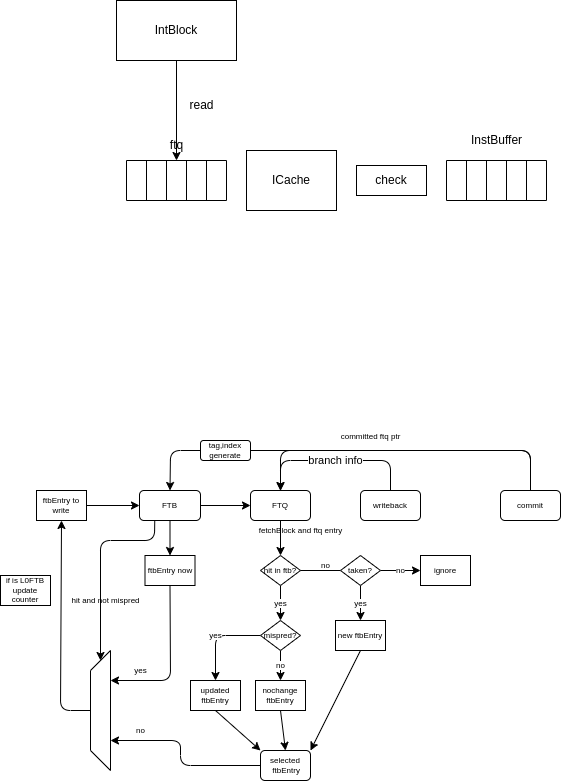
The draw.io diagram doc/aura-frontend.drawio.png in tastynoob/aura-core, before a commit. Source tidied: cells renumbered, new cells last; positions are measured from the earlier drawing's top-left corner, leaving out a move shared by most shapes. Its diagram source:
```xml
<mxGraphModel>
  <root>
    <mxCell id="0" />
    <mxCell id="1" parent="0" />
    <mxCell id="2" style="shape=table;html=1;whiteSpace=wrap;startSize=0;" parent="1" vertex="1">
      <mxGeometry x="126" y="160" width="100" height="40" as="geometry" />
    </mxCell>
    <mxCell id="3" style="shape=tableRow;horizontal=0;startSize=0;swimlaneHead=0;swimlaneBody=0;top=0;left=0;bottom=0;right=0;fillColor=none;points=[[0,0.5],[1,0.5]];portConstraint=eastwest;" parent="2" vertex="1">
      <mxGeometry width="100" height="40" as="geometry" />
    </mxCell>
    <mxCell id="4" style="shape=partialRectangle;html=1;whiteSpace=wrap;fillColor=none;top=0;left=0;bottom=0;right=0;overflow=hidden;" parent="3" vertex="1">
      <mxGeometry width="20" height="40" as="geometry" />
    </mxCell>
    <mxCell id="5" style="shape=partialRectangle;html=1;whiteSpace=wrap;fillColor=none;top=0;left=0;bottom=0;right=0;overflow=hidden;" parent="3" vertex="1">
      <mxGeometry x="20" width="20" height="40" as="geometry" />
    </mxCell>
    <mxCell id="6" style="shape=partialRectangle;html=1;whiteSpace=wrap;fillColor=none;top=0;left=0;bottom=0;right=0;overflow=hidden;" parent="3" vertex="1">
      <mxGeometry x="40" width="20" height="40" as="geometry" />
    </mxCell>
    <mxCell id="7" style="shape=partialRectangle;html=1;whiteSpace=wrap;fillColor=none;top=0;left=0;bottom=0;right=0;overflow=hidden;" parent="3" vertex="1">
      <mxGeometry x="60" width="20" height="40" as="geometry" />
    </mxCell>
    <mxCell id="8" style="shape=partialRectangle;html=1;whiteSpace=wrap;fillColor=none;top=0;left=0;bottom=0;right=0;overflow=hidden;" parent="3" vertex="1">
      <mxGeometry x="80" width="20" height="40" as="geometry" />
    </mxCell>
    <mxCell id="9" value="ftq" style="text;html=1;align=center;verticalAlign=middle;strokeColor=none;fillColor=none;" parent="1" vertex="1">
      <mxGeometry x="156" y="130" width="40" height="30" as="geometry" />
    </mxCell>
    <mxCell id="10" value="ICache" style="rounded=0;whiteSpace=wrap;html=1;" parent="1" vertex="1">
      <mxGeometry x="246" y="150" width="90" height="60" as="geometry" />
    </mxCell>
    <mxCell id="11" value="check" style="rounded=0;whiteSpace=wrap;html=1;" parent="1" vertex="1">
      <mxGeometry x="356" y="165" width="70" height="30" as="geometry" />
    </mxCell>
    <mxCell id="12" style="shape=table;html=1;whiteSpace=wrap;startSize=0;" parent="1" vertex="1">
      <mxGeometry x="446" y="160" width="100" height="40" as="geometry" />
    </mxCell>
    <mxCell id="13" style="shape=tableRow;horizontal=0;startSize=0;swimlaneHead=0;swimlaneBody=0;top=0;left=0;bottom=0;right=0;fillColor=none;" parent="12" vertex="1">
      <mxGeometry width="100" height="40" as="geometry" />
    </mxCell>
    <mxCell id="14" style="shape=partialRectangle;html=1;whiteSpace=wrap;fillColor=none;top=0;left=0;bottom=0;right=0;overflow=hidden;" parent="13" vertex="1">
      <mxGeometry width="20" height="40" as="geometry" />
    </mxCell>
    <mxCell id="15" style="shape=partialRectangle;html=1;whiteSpace=wrap;fillColor=none;top=0;left=0;bottom=0;right=0;overflow=hidden;" parent="13" vertex="1">
      <mxGeometry x="20" width="20" height="40" as="geometry" />
    </mxCell>
    <mxCell id="16" style="shape=partialRectangle;html=1;whiteSpace=wrap;fillColor=none;top=0;left=0;bottom=0;right=0;overflow=hidden;" parent="13" vertex="1">
      <mxGeometry x="40" width="20" height="40" as="geometry" />
    </mxCell>
    <mxCell id="17" style="shape=partialRectangle;html=1;whiteSpace=wrap;fillColor=none;top=0;left=0;bottom=0;right=0;overflow=hidden;" parent="13" vertex="1">
      <mxGeometry x="60" width="20" height="40" as="geometry" />
    </mxCell>
    <mxCell id="18" style="shape=partialRectangle;html=1;whiteSpace=wrap;fillColor=none;top=0;left=0;bottom=0;right=0;overflow=hidden;" parent="13" vertex="1">
      <mxGeometry x="80" width="20" height="40" as="geometry" />
    </mxCell>
    <mxCell id="19" value="InstBuffer" style="text;html=1;align=center;verticalAlign=middle;strokeColor=none;fillColor=none;" parent="1" vertex="1">
      <mxGeometry x="461" y="125" width="70" height="30" as="geometry" />
    </mxCell>
    <mxCell id="20" style="edgeStyle=none;html=1;" parent="1" edge="1" source="21" target="3">
      <mxGeometry relative="1" as="geometry" />
    </mxCell>
    <mxCell id="21" value="IntBlock" style="rounded=0;whiteSpace=wrap;html=1;" parent="1" vertex="1">
      <mxGeometry x="116" width="120" height="60" as="geometry" />
    </mxCell>
    <mxCell id="22" value="read" style="text;html=1;align=center;verticalAlign=middle;strokeColor=none;fillColor=none;" parent="1" vertex="1">
      <mxGeometry x="176" y="90" width="50" height="30" as="geometry" />
    </mxCell>
    <mxCell id="23" style="edgeStyle=none;html=1;" parent="1" edge="1" source="26" target="28">
      <mxGeometry relative="1" as="geometry" />
    </mxCell>
    <mxCell id="24" style="edgeStyle=none;html=1;fontSize=8;entryX=0.5;entryY=0;entryDx=0;entryDy=0;" parent="1" edge="1" source="26" target="57">
      <mxGeometry relative="1" as="geometry" />
    </mxCell>
    <mxCell id="25" style="edgeStyle=none;html=1;exitX=0.25;exitY=1;exitDx=0;exitDy=0;entryX=1;entryY=0.5;entryDx=0;entryDy=0;fontSize=8;" parent="1" edge="1" source="26" target="59">
      <mxGeometry relative="1" as="geometry">
        <Array as="points">
          <mxPoint x="154" y="540" />
          <mxPoint x="100" y="540" />
        </Array>
      </mxGeometry>
    </mxCell>
    <mxCell id="26" value="FTB" style="rounded=1;whiteSpace=wrap;html=1;fontSize=8;" parent="1" vertex="1">
      <mxGeometry x="139" y="490" width="61" height="30" as="geometry" />
    </mxCell>
    <mxCell id="27" style="edgeStyle=none;html=1;entryX=0.5;entryY=0;entryDx=0;entryDy=0;fontSize=8;" parent="1" edge="1" source="28" target="35">
      <mxGeometry relative="1" as="geometry" />
    </mxCell>
    <mxCell id="28" value="FTQ" style="rounded=1;whiteSpace=wrap;html=1;fontSize=8;" parent="1" vertex="1">
      <mxGeometry x="250" y="490" width="60" height="30" as="geometry" />
    </mxCell>
    <mxCell id="29" style="edgeStyle=none;html=1;exitX=0.5;exitY=0;exitDx=0;exitDy=0;entryX=0.5;entryY=0;entryDx=0;entryDy=0;" parent="1" edge="1" source="31" target="28">
      <mxGeometry relative="1" as="geometry">
        <Array as="points">
          <mxPoint x="530" y="450" />
          <mxPoint x="460" y="450" />
          <mxPoint x="280" y="450" />
        </Array>
      </mxGeometry>
    </mxCell>
    <mxCell id="30" style="edgeStyle=none;html=1;exitX=0.5;exitY=0;exitDx=0;exitDy=0;entryX=0.5;entryY=0;entryDx=0;entryDy=0;fontSize=8;" parent="1" edge="1" source="31" target="26">
      <mxGeometry relative="1" as="geometry">
        <Array as="points">
          <mxPoint x="530" y="450" />
          <mxPoint x="170" y="450" />
        </Array>
      </mxGeometry>
    </mxCell>
    <mxCell id="31" value="commit" style="rounded=1;whiteSpace=wrap;html=1;fontSize=8;" parent="1" vertex="1">
      <mxGeometry x="500" y="490" width="60" height="30" as="geometry" />
    </mxCell>
    <mxCell id="32" value="&lt;font style=&quot;font-size: 8px;&quot;&gt;committed ftq ptr&lt;/font&gt;" style="text;html=1;align=center;verticalAlign=middle;strokeColor=none;fillColor=none;" parent="1" vertex="1">
      <mxGeometry x="330" y="420" width="80" height="30" as="geometry" />
    </mxCell>
    <mxCell id="33" value="tag,index generate" style="rounded=1;whiteSpace=wrap;html=1;fontSize=8;" parent="1" vertex="1">
      <mxGeometry x="200" y="440" width="50" height="20" as="geometry" />
    </mxCell>
    <mxCell id="34" value="yes" style="edgeStyle=none;html=1;fontSize=8;" parent="1" edge="1" source="35" target="47">
      <mxGeometry relative="1" as="geometry" />
    </mxCell>
    <mxCell id="35" value="hit in ftb?" style="rhombus;whiteSpace=wrap;html=1;fontSize=8;" parent="1" vertex="1">
      <mxGeometry x="260" y="555" width="40" height="30" as="geometry" />
    </mxCell>
    <mxCell id="36" value="fetchBlock and ftq entry" style="text;html=1;align=center;verticalAlign=middle;strokeColor=none;fillColor=none;fontSize=8;" parent="1" vertex="1">
      <mxGeometry x="245" y="520" width="110" height="20" as="geometry" />
    </mxCell>
    <mxCell id="37" value="no" style="text;html=1;align=center;verticalAlign=middle;strokeColor=none;fillColor=none;fontSize=8;" parent="1" vertex="1">
      <mxGeometry x="310" y="555" width="30" height="20" as="geometry" />
    </mxCell>
    <mxCell id="38" style="edgeStyle=none;html=1;fontSize=8;endArrow=none;" parent="1" edge="1" source="35" target="41">
      <mxGeometry relative="1" as="geometry" />
    </mxCell>
    <mxCell id="39" value="no" style="edgeStyle=none;html=1;fontSize=8;" parent="1" edge="1" source="41" target="42">
      <mxGeometry relative="1" as="geometry" />
    </mxCell>
    <mxCell id="40" value="yes" style="edgeStyle=none;html=1;fontSize=8;" parent="1" edge="1" source="41" target="44">
      <mxGeometry relative="1" as="geometry" />
    </mxCell>
    <mxCell id="41" value="taken?" style="rhombus;whiteSpace=wrap;html=1;fontSize=8;" parent="1" vertex="1">
      <mxGeometry x="340" y="555" width="40" height="30" as="geometry" />
    </mxCell>
    <mxCell id="42" value="ignore" style="rounded=0;whiteSpace=wrap;html=1;fontSize=8;" parent="1" vertex="1">
      <mxGeometry x="420" y="555" width="50" height="30" as="geometry" />
    </mxCell>
    <mxCell id="43" style="edgeStyle=none;html=1;exitX=0.5;exitY=1;exitDx=0;exitDy=0;entryX=1;entryY=0;entryDx=0;entryDy=0;fontSize=8;" parent="1" edge="1" source="44" target="53">
      <mxGeometry relative="1" as="geometry" />
    </mxCell>
    <mxCell id="44" value="new ftbEntry" style="rounded=0;whiteSpace=wrap;html=1;fontSize=8;" parent="1" vertex="1">
      <mxGeometry x="335" y="620" width="50" height="30" as="geometry" />
    </mxCell>
    <mxCell id="45" value="no" style="edgeStyle=none;html=1;fontSize=8;" parent="1" edge="1" source="47" target="49">
      <mxGeometry relative="1" as="geometry" />
    </mxCell>
    <mxCell id="46" value="yes" style="edgeStyle=none;html=1;exitX=0;exitY=0.5;exitDx=0;exitDy=0;entryX=0.5;entryY=0;entryDx=0;entryDy=0;fontSize=8;" parent="1" edge="1" source="47" target="51">
      <mxGeometry relative="1" as="geometry">
        <Array as="points">
          <mxPoint x="215" y="635" />
        </Array>
      </mxGeometry>
    </mxCell>
    <mxCell id="47" value="mispred?" style="rhombus;whiteSpace=wrap;html=1;fontSize=8;" parent="1" vertex="1">
      <mxGeometry x="260" y="620" width="40" height="30" as="geometry" />
    </mxCell>
    <mxCell id="48" style="edgeStyle=none;html=1;exitX=0.5;exitY=1;exitDx=0;exitDy=0;entryX=0.5;entryY=0;entryDx=0;entryDy=0;fontSize=8;" parent="1" edge="1" source="49" target="53">
      <mxGeometry relative="1" as="geometry" />
    </mxCell>
    <mxCell id="49" value="nochange&lt;br&gt;ftbEntry" style="rounded=0;whiteSpace=wrap;html=1;fontSize=8;" parent="1" vertex="1">
      <mxGeometry x="255" y="680" width="50" height="30" as="geometry" />
    </mxCell>
    <mxCell id="50" style="edgeStyle=none;html=1;exitX=0.5;exitY=1;exitDx=0;exitDy=0;entryX=0;entryY=0;entryDx=0;entryDy=0;fontSize=8;" parent="1" edge="1" source="51" target="53">
      <mxGeometry relative="1" as="geometry" />
    </mxCell>
    <mxCell id="51" value="updated&lt;br&gt;ftbEntry" style="rounded=0;whiteSpace=wrap;html=1;fontSize=8;" parent="1" vertex="1">
      <mxGeometry x="190" y="680" width="50" height="30" as="geometry" />
    </mxCell>
    <mxCell id="52" style="edgeStyle=none;html=1;exitX=0;exitY=0.5;exitDx=0;exitDy=0;entryX=0.25;entryY=1;entryDx=0;entryDy=0;fontSize=8;" parent="1" edge="1" source="53" target="59">
      <mxGeometry relative="1" as="geometry">
        <Array as="points">
          <mxPoint x="180" y="765" />
          <mxPoint x="180" y="740" />
        </Array>
      </mxGeometry>
    </mxCell>
    <mxCell id="53" value="selected&lt;br&gt;&amp;nbsp;ftbEntry" style="rounded=1;whiteSpace=wrap;html=1;fontSize=8;" parent="1" vertex="1">
      <mxGeometry x="260" y="750" width="50" height="30" as="geometry" />
    </mxCell>
    <mxCell id="54" style="edgeStyle=none;html=1;entryX=0;entryY=0.5;entryDx=0;entryDy=0;fontSize=8;" parent="1" edge="1" source="55" target="26">
      <mxGeometry relative="1" as="geometry" />
    </mxCell>
    <mxCell id="55" value="ftbEntry to write" style="rounded=0;whiteSpace=wrap;html=1;fontSize=8;" parent="1" vertex="1">
      <mxGeometry x="36" y="490" width="50" height="30" as="geometry" />
    </mxCell>
    <mxCell id="56" style="edgeStyle=none;html=1;exitX=0.5;exitY=1;exitDx=0;exitDy=0;entryX=0.75;entryY=1;entryDx=0;entryDy=0;fontSize=8;" parent="1" edge="1" source="57" target="59">
      <mxGeometry relative="1" as="geometry">
        <Array as="points">
          <mxPoint x="170" y="680" />
        </Array>
      </mxGeometry>
    </mxCell>
    <mxCell id="57" value="ftbEntry now" style="rounded=0;whiteSpace=wrap;html=1;fontSize=8;" parent="1" vertex="1">
      <mxGeometry x="144.5" y="555" width="50" height="30" as="geometry" />
    </mxCell>
    <mxCell id="58" style="edgeStyle=none;html=1;exitX=0.5;exitY=0;exitDx=0;exitDy=0;fontSize=8;entryX=0.5;entryY=1;entryDx=0;entryDy=0;" parent="1" edge="1" source="59" target="55">
      <mxGeometry relative="1" as="geometry">
        <Array as="points">
          <mxPoint x="60" y="710" />
        </Array>
      </mxGeometry>
    </mxCell>
    <mxCell id="59" style="shape=trapezoid;perimeter=trapezoidPerimeter;whiteSpace=wrap;html=1;fixedSize=1;fontSize=8;rotation=-90;" parent="1" vertex="1">
      <mxGeometry x="40" y="700" width="120" height="20" as="geometry" />
    </mxCell>
    <mxCell id="60" value="hit and not mispred" style="text;html=1;align=center;verticalAlign=middle;strokeColor=none;fillColor=none;fontSize=8;" parent="1" vertex="1">
      <mxGeometry x="60" y="590" width="90" height="20" as="geometry" />
    </mxCell>
    <mxCell id="61" value="yes" style="text;html=1;align=center;verticalAlign=middle;strokeColor=none;fillColor=none;fontSize=8;" parent="1" vertex="1">
      <mxGeometry x="120" y="660" width="40" height="20" as="geometry" />
    </mxCell>
    <mxCell id="62" value="no" style="text;html=1;align=center;verticalAlign=middle;strokeColor=none;fillColor=none;fontSize=8;" parent="1" vertex="1">
      <mxGeometry x="125" y="720" width="30" height="20" as="geometry" />
    </mxCell>
    <mxCell id="63" value="if is L0FTB&lt;br&gt;update counter" style="rounded=0;whiteSpace=wrap;html=1;fontSize=8;" parent="1" vertex="1">
      <mxGeometry y="575" width="50" height="30" as="geometry" />
    </mxCell>
    <mxCell id="64" value="branch info" style="edgeStyle=none;html=1;exitX=0.5;exitY=0;exitDx=0;exitDy=0;" parent="1" edge="1" source="65">
      <mxGeometry relative="1" as="geometry">
        <mxPoint x="280" y="490.2" as="targetPoint" />
        <Array as="points">
          <mxPoint x="390" y="460" />
          <mxPoint x="280" y="460" />
        </Array>
      </mxGeometry>
    </mxCell>
    <mxCell id="65" value="writeback" style="rounded=1;whiteSpace=wrap;html=1;fontSize=8;" parent="1" vertex="1">
      <mxGeometry x="360" y="490" width="60" height="30" as="geometry" />
    </mxCell>
  </root>
</mxGraphModel>
```
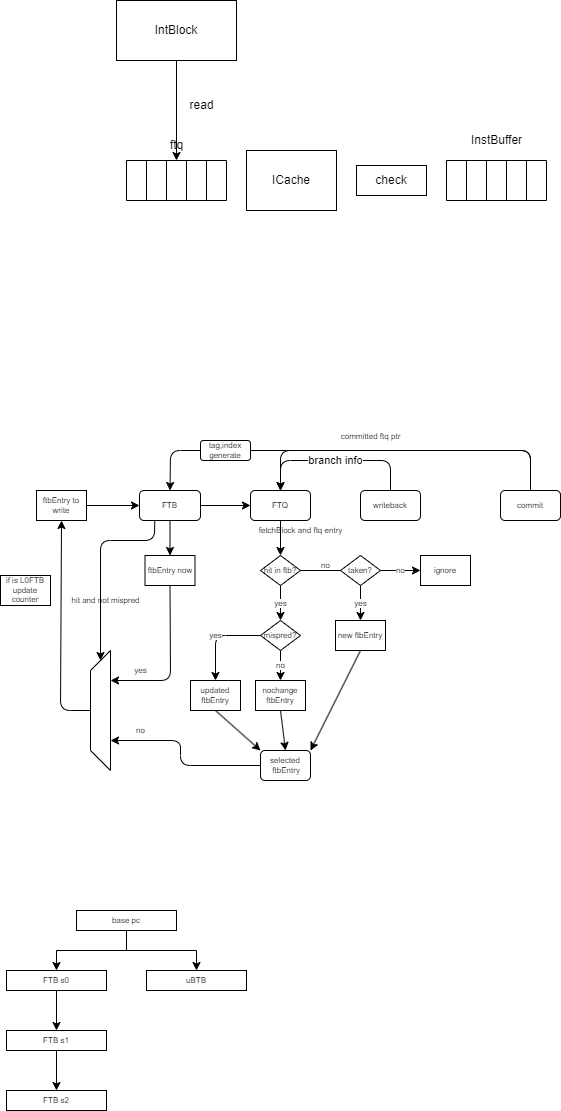
The same file after the commit.

What changed in the source:
```diff
@@ -233,5 +233,42 @@
     <mxCell id="65" value="writeback" style="rounded=1;whiteSpace=wrap;html=1;fontSize=8;" parent="1" vertex="1">
       <mxGeometry x="360" y="490" width="60" height="30" as="geometry" />
     </mxCell>
+    <mxCell id="66" style="edgeStyle=none;html=1;exitX=0.5;exitY=1;exitDx=0;exitDy=0;entryX=0.5;entryY=0;entryDx=0;entryDy=0;rounded=0;" parent="1" edge="1" source="68" target="69">
+      <mxGeometry relative="1" as="geometry">
+        <Array as="points">
+          <mxPoint x="126" y="950" />
+          <mxPoint x="196" y="950" />
+        </Array>
+      </mxGeometry>
+    </mxCell>
+    <mxCell id="67" style="edgeStyle=none;rounded=0;html=1;exitX=0.5;exitY=1;exitDx=0;exitDy=0;entryX=0.5;entryY=0;entryDx=0;entryDy=0;" parent="1" edge="1" source="68" target="71">
+      <mxGeometry relative="1" as="geometry">
+        <Array as="points">
+          <mxPoint x="126" y="950" />
+          <mxPoint x="56" y="950" />
+        </Array>
+      </mxGeometry>
+    </mxCell>
+    <mxCell id="68" value="base pc" style="rounded=0;whiteSpace=wrap;html=1;fontSize=8;" parent="1" vertex="1">
+      <mxGeometry x="76" y="910" width="100" height="20" as="geometry" />
+    </mxCell>
+    <mxCell id="69" value="uBTB" style="rounded=0;whiteSpace=wrap;html=1;fontSize=8;" parent="1" vertex="1">
+      <mxGeometry x="146" y="970" width="100" height="20" as="geometry" />
+    </mxCell>
+    <mxCell id="70" style="edgeStyle=none;rounded=0;html=1;" parent="1" edge="1" source="71" target="73">
+      <mxGeometry relative="1" as="geometry" />
+    </mxCell>
+    <mxCell id="71" value="FTB s0" style="rounded=0;whiteSpace=wrap;html=1;fontSize=8;" parent="1" vertex="1">
+      <mxGeometry x="6" y="970" width="100" height="20" as="geometry" />
+    </mxCell>
+    <mxCell id="72" style="edgeStyle=none;rounded=0;html=1;" parent="1" edge="1" source="73" target="74">
+      <mxGeometry relative="1" as="geometry" />
+    </mxCell>
+    <mxCell id="73" value="FTB s1" style="rounded=0;whiteSpace=wrap;html=1;fontSize=8;" parent="1" vertex="1">
+      <mxGeometry x="6" y="1030" width="100" height="20" as="geometry" />
+    </mxCell>
+    <mxCell id="74" value="FTB s2" style="rounded=0;whiteSpace=wrap;html=1;fontSize=8;" parent="1" vertex="1">
+      <mxGeometry x="6" y="1090" width="100" height="20" as="geometry" />
+    </mxCell>
   </root>
 </mxGraphModel>
```
